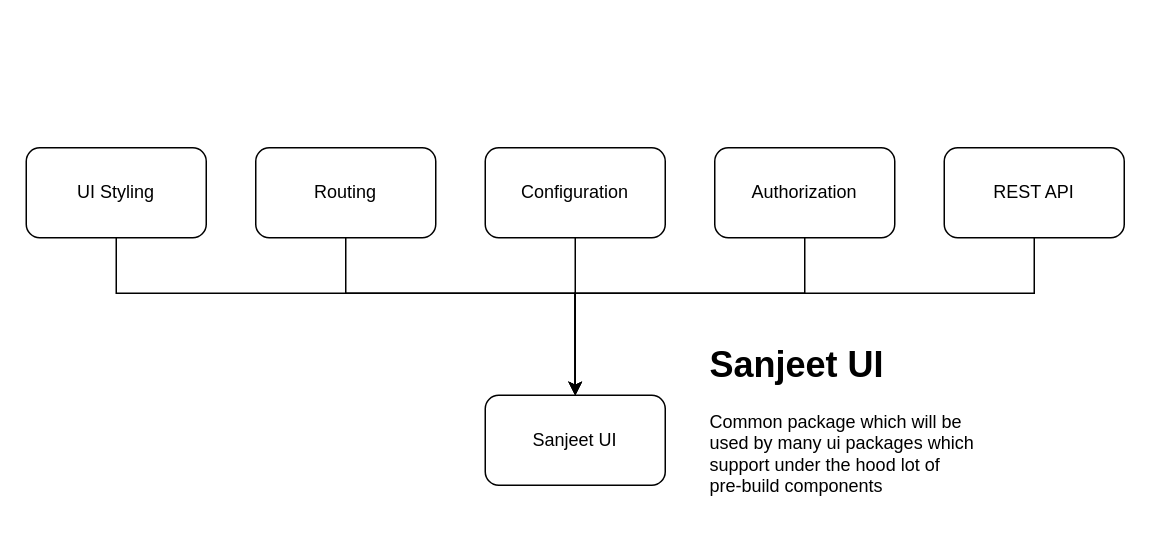
SanjeetDutt/Technology-Stack keeps this draw.io diagram as page "Page-1" (1 of 2) of Untitled Diagram.drawio. Above is the earlier version. Source tidied: cells renumbered, new cells numbered last; positions are measured from the earlier drawing's top-left corner, leaving out a move shared by most shapes. Both pictures are drawn from the tidied source at 150%, with x=0, y=0 at pixel (26, 147).
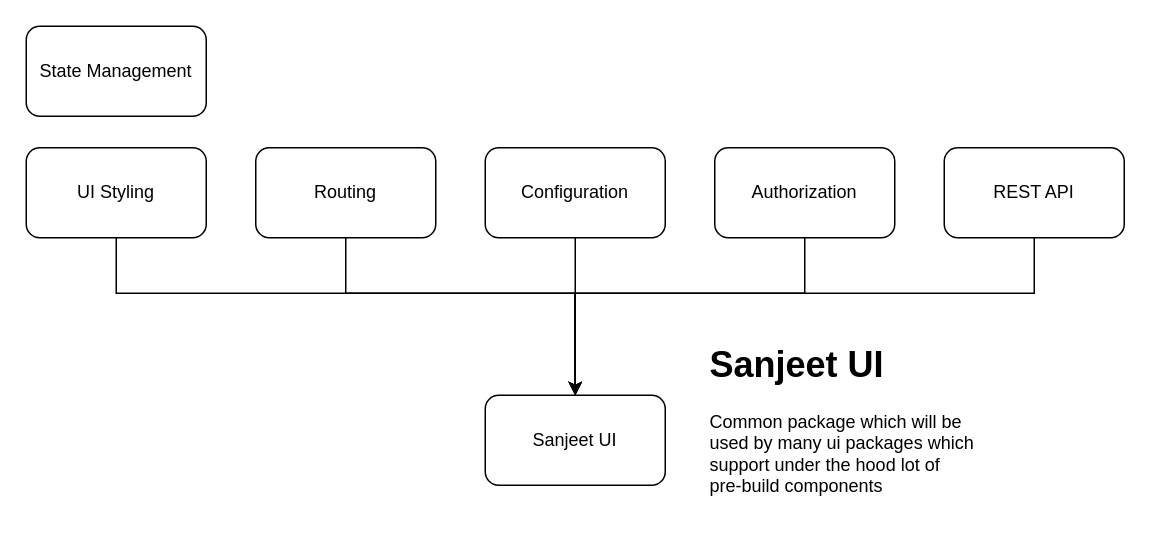
Above is the later version.

Commit message:
State management Drawing

What changed in the source:
```diff
@@
+    <mxCell id="14" value="State Management" style="rounded=1;whiteSpace=wrap;html=1;" parent="1" vertex="1">
+      <mxGeometry y="-81" width="120" height="60" as="geometry" />
+    </mxCell>
```
